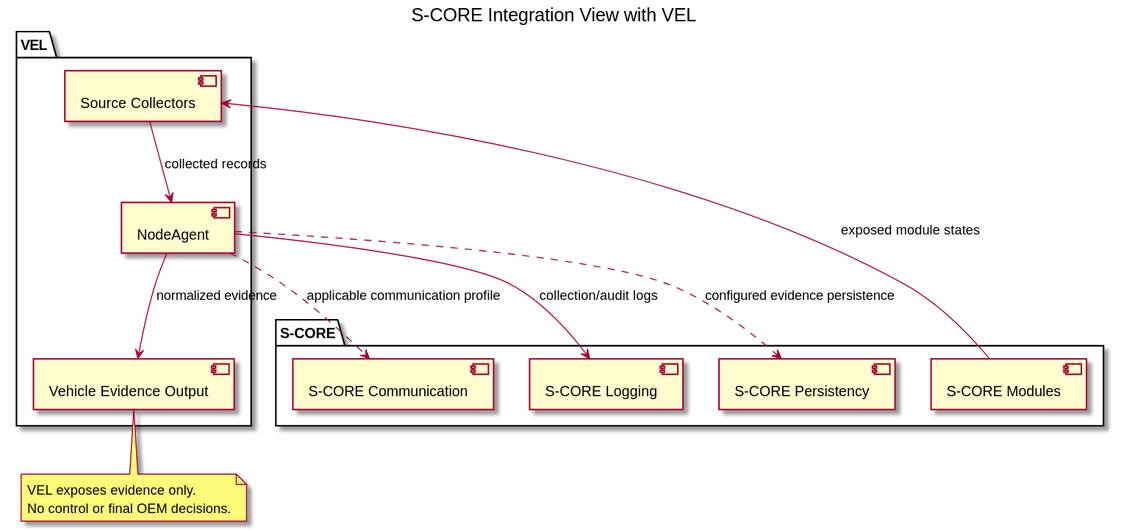
This is docs/features/assets/SCORE_architecture_with_VEL.svg from eclipse-pullpiri/vel, a PlantUML export, as it was before one commit.
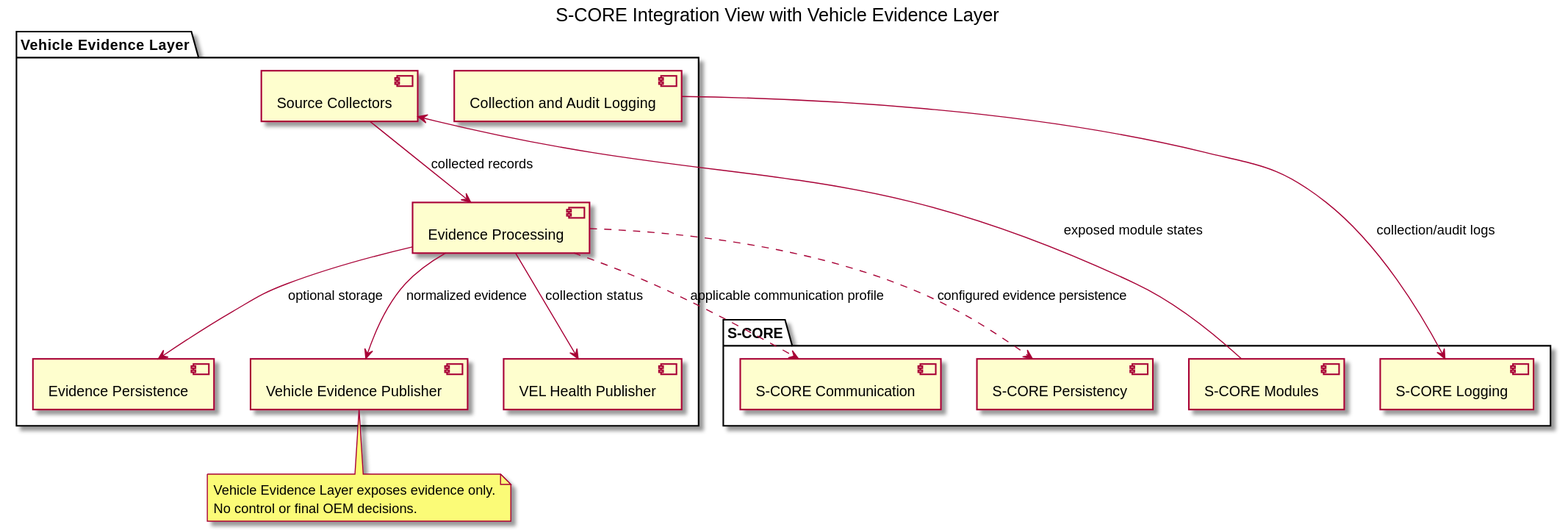
The same diagram one commit later.

Commit message:
docs(architecture): decompose Vehicle Evidence Layer responsibilities [#18] [#19]

The edit, as a diff of the source:
```diff
@@ -1,5 +1,5 @@
 @startuml
-title S-CORE Integration View with VEL
+title S-CORE Integration View with Vehicle Evidence Layer
 
 package "S-CORE" {
   [S-CORE Modules]
@@ -8,21 +8,26 @@
   [S-CORE Persistency]
 }
 
-package "VEL" {
+package "Vehicle Evidence Layer" {
   [Source Collectors]
-  [NodeAgent]
-  [Vehicle Evidence Output]
+  [Evidence Processing]
+  [Evidence Persistence]
+  [Vehicle Evidence Publisher]
+  [VEL Health Publisher]
+  [Collection and Audit Logging]
 }
 
-[NodeAgent] --> [S-CORE Logging] : collection/audit logs
-[NodeAgent] ..> [S-CORE Communication] : applicable communication profile
 [S-CORE Modules] --> [Source Collectors] : exposed module states
-[Source Collectors] --> [NodeAgent] : collected records
-[NodeAgent] ..> [S-CORE Persistency] : configured evidence persistence
-[NodeAgent] --> [Vehicle Evidence Output] : normalized evidence
+[Source Collectors] --> [Evidence Processing] : collected records
+[Evidence Processing] ..> [S-CORE Communication] : applicable communication profile
+[Evidence Processing] ..> [S-CORE Persistency] : configured evidence persistence
+[Evidence Processing] --> [Evidence Persistence] : optional storage
+[Evidence Processing] --> [Vehicle Evidence Publisher] : normalized evidence
+[Evidence Processing] --> [VEL Health Publisher] : collection status
+[Collection and Audit Logging] --> [S-CORE Logging] : collection/audit logs
 
-note bottom of [Vehicle Evidence Output]
-VEL exposes evidence only.
+note bottom of [Vehicle Evidence Publisher]
+Vehicle Evidence Layer exposes evidence only.
 No control or final OEM decisions.
 end note
 @enduml
```
